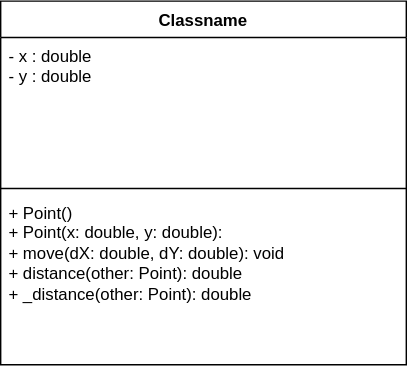
Before: lecture_note_4_5/zee_point/point.drawio.svg, a diagram exported from draw.io (SP25-ZJY/CS212). Source tidied: cells renumbered, new cells last; positions are measured from the earlier drawing's top-left corner, leaving out a move shared by most shapes.
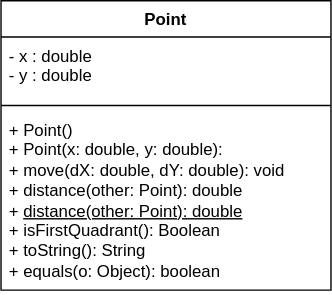
The same file after the commit.

Diff of the diagram source:
```diff
@@ -2,17 +2,17 @@
   <root>
     <mxCell id="0" />
     <mxCell id="1" parent="0" />
-    <mxCell id="2" value="Classname" style="swimlane;fontStyle=1;align=center;verticalAlign=top;horizontal=1;startSize=26;whiteSpace=wrap;html=1;" parent="1" vertex="1">
-      <mxGeometry width="290" height="260" as="geometry" />
+    <mxCell id="2" value="Point" style="swimlane;fontStyle=1;align=center;verticalAlign=top;horizontal=1;startSize=26;whiteSpace=wrap;html=1;" parent="1" vertex="1">
+      <mxGeometry width="236" height="207" as="geometry" />
     </mxCell>
     <mxCell id="3" value="- x : double&lt;br&gt;- y : double&lt;br&gt;&amp;nbsp;" style="text;strokeColor=none;fillColor=none;align=left;verticalAlign=top;spacingLeft=4;spacingRight=4;overflow=hidden;whiteSpace=wrap;html=1;" parent="2" vertex="1">
-      <mxGeometry y="26" width="290" height="104" as="geometry" />
+      <mxGeometry y="26" width="236" height="45" as="geometry" />
     </mxCell>
     <mxCell id="4" style="line;strokeWidth=1;fillColor=none;align=left;verticalAlign=middle;spacingTop=-1;spacingLeft=3;spacingRight=3;labelPosition=right;strokeColor=inherit;" parent="2" vertex="1">
-      <mxGeometry y="130" width="290" height="8" as="geometry" />
+      <mxGeometry y="71" width="236" height="8" as="geometry" />
     </mxCell>
-    <mxCell id="5" value="+ Point()&amp;nbsp;&lt;br&gt;+ Point(x: double, y: double):&amp;nbsp;&lt;br&gt;+ move(dX: double, dY: double): void&amp;nbsp;&lt;br&gt;+ distance(other: Point): double&lt;br&gt;+ _distance(other: Point): double" style="text;strokeColor=none;fillColor=none;align=left;verticalAlign=top;spacingLeft=4;spacingRight=4;overflow=hidden;whiteSpace=wrap;html=1;" parent="2" vertex="1">
-      <mxGeometry y="138" width="290" height="122" as="geometry" />
+    <mxCell id="5" value="+ Point()&amp;nbsp;&lt;br&gt;+ Point(x: double, y: double):&amp;nbsp;&lt;br&gt;+ move(dX: double, dY: double): void&amp;nbsp;&lt;br&gt;+ distance(other: Point): double&lt;br&gt;+ &lt;u&gt;distance(other: Point): double&lt;/u&gt;&lt;br&gt;+ isFirstQuadrant(): Boolean&lt;br&gt;+ toString(): String&lt;br&gt;+ equals(o: Object): boolean" style="text;strokeColor=none;fillColor=none;align=left;verticalAlign=top;spacingLeft=4;spacingRight=4;overflow=hidden;whiteSpace=wrap;html=1;" parent="2" vertex="1">
+      <mxGeometry y="79" width="236" height="128" as="geometry" />
     </mxCell>
   </root>
 </mxGraphModel>
```
